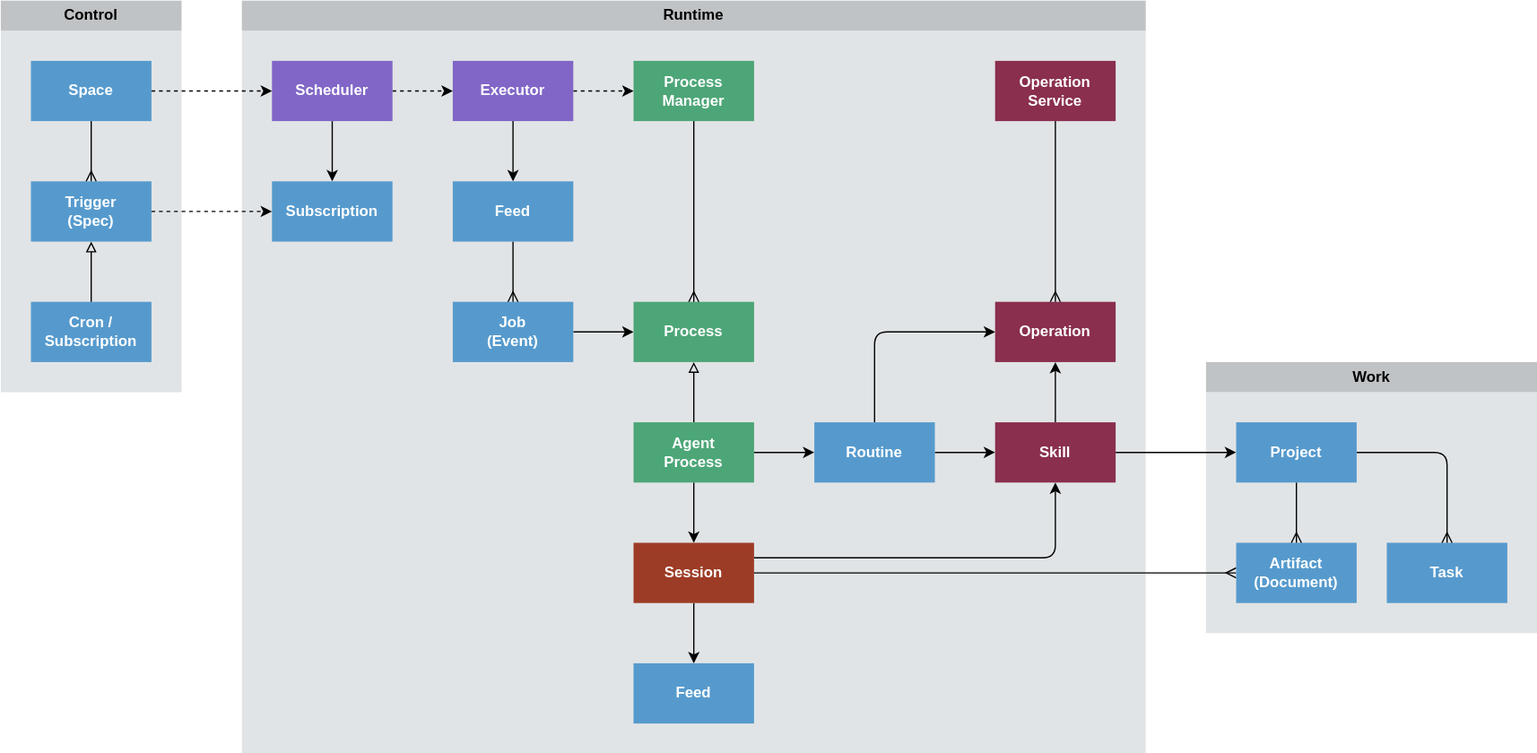
This is docs/design/diagrams/process-architecture.drawio.svg from dxos/dxos, a draw.io export, as it was before one commit. Source tidied: cells renumbered, new cells last; positions are measured from the earlier drawing's top-left corner, leaving out a move shared by most shapes.
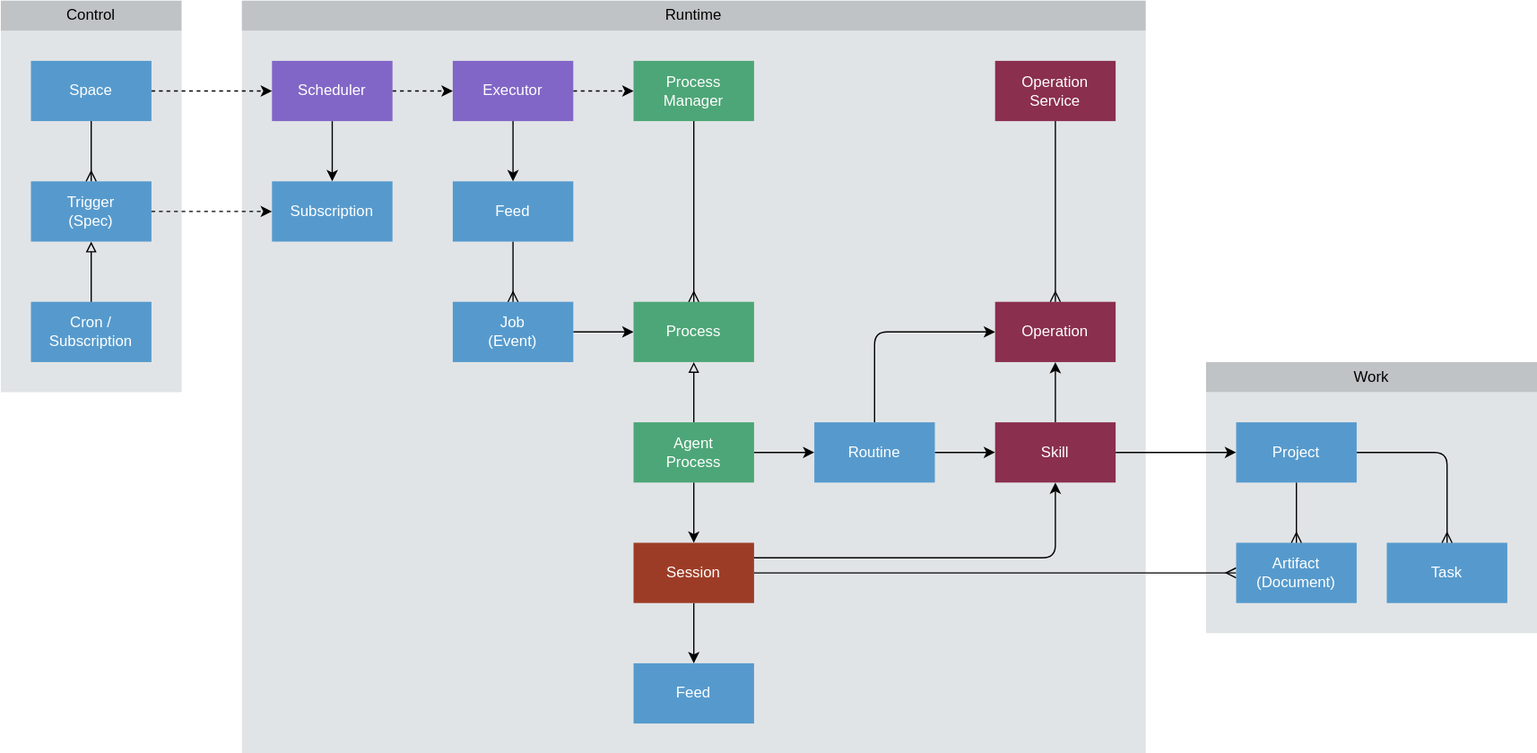
The same diagram one commit later.

Commit message:
docs: update process architecture schematic

Change to the diagram source:
```diff
@@ -2,166 +2,166 @@
   <root>
     <mxCell id="0" />
     <mxCell id="1" parent="0" />
-    <mxCell id="2" style="rounded=0;whiteSpace=wrap;html=1;fillColor=#E1E4E6;dashed=1;fontColor=#000000;strokeColor=none;fontStyle=1;" parent="1" vertex="1">
+    <mxCell id="2" style="rounded=0;whiteSpace=wrap;html=1;fillColor=#E1E4E6;dashed=1;fontColor=#000000;strokeColor=none;fontStyle=0;" parent="1" vertex="1">
       <mxGeometry x="960" y="312" width="264" height="192" as="geometry" />
     </mxCell>
-    <mxCell id="3" style="rounded=0;whiteSpace=wrap;html=1;fillColor=#E1E4E6;dashed=1;fontColor=#000000;strokeColor=none;fontStyle=1;" parent="1" vertex="1">
+    <mxCell id="3" style="rounded=0;whiteSpace=wrap;html=1;fillColor=#E1E4E6;dashed=1;fontColor=#000000;strokeColor=none;fontStyle=0;" parent="1" vertex="1">
       <mxGeometry x="192" y="24" width="720" height="576" as="geometry" />
     </mxCell>
-    <mxCell id="4" style="rounded=0;whiteSpace=wrap;html=1;fillColor=#E1E4E6;dashed=1;fontColor=#000000;strokeColor=none;fontStyle=1;" parent="1" vertex="1">
+    <mxCell id="4" style="rounded=0;whiteSpace=wrap;html=1;fillColor=#E1E4E6;dashed=1;fontColor=#000000;strokeColor=none;fontStyle=0;" parent="1" vertex="1">
       <mxGeometry y="24" width="144" height="288" as="geometry" />
     </mxCell>
-    <mxCell id="5" style="edgeStyle=none;html=1;dashed=1;fontStyle=1;" parent="1" edge="1" source="19" target="33">
+    <mxCell id="5" style="edgeStyle=none;html=1;dashed=1;fontStyle=0;" parent="1" edge="1" source="19" target="33">
       <mxGeometry relative="1" as="geometry" />
     </mxCell>
-    <mxCell id="6" style="edgeStyle=none;html=1;exitX=1;exitY=0.5;exitDx=0;exitDy=0;fontStyle=1;" parent="1" edge="1" source="7" target="11">
+    <mxCell id="6" style="edgeStyle=none;html=1;exitX=1;exitY=0.5;exitDx=0;exitDy=0;fontStyle=0;" parent="1" edge="1" source="7" target="11">
       <mxGeometry relative="1" as="geometry" />
     </mxCell>
-    <mxCell id="7" value="Job&lt;br&gt;(Event)" style="rounded=0;whiteSpace=wrap;html=1;fillColor=#569ACD;fontColor=#FFFFFF;strokeColor=none;fontStyle=1;" parent="1" vertex="1">
+    <mxCell id="7" value="Job&lt;br&gt;(Event)" style="rounded=0;whiteSpace=wrap;html=1;fillColor=#569ACD;fontColor=#FFFFFF;strokeColor=none;fontStyle=0;" parent="1" vertex="1">
       <mxGeometry x="360" y="240" width="96" height="48" as="geometry" />
     </mxCell>
-    <mxCell id="8" style="edgeStyle=none;html=1;exitX=1;exitY=0.5;exitDx=0;exitDy=0;dashed=1;fontStyle=1;" parent="1" edge="1" source="9" target="50">
+    <mxCell id="8" style="edgeStyle=none;html=1;exitX=1;exitY=0.5;exitDx=0;exitDy=0;dashed=1;fontStyle=0;" parent="1" edge="1" source="9" target="50">
       <mxGeometry relative="1" as="geometry" />
     </mxCell>
-    <mxCell id="9" value="Trigger&lt;br&gt;(Spec)" style="rounded=0;whiteSpace=wrap;html=1;fillColor=#569ACD;fontColor=#FFFFFF;strokeColor=none;fontStyle=1;" parent="1" vertex="1">
+    <mxCell id="9" value="Trigger&lt;br&gt;(Spec)" style="rounded=0;whiteSpace=wrap;html=1;fillColor=#569ACD;fontColor=#FFFFFF;strokeColor=none;fontStyle=0;" parent="1" vertex="1">
       <mxGeometry x="24" y="144" width="96" height="48" as="geometry" />
     </mxCell>
-    <mxCell id="10" style="edgeStyle=none;html=1;exitX=1;exitY=0.5;exitDx=0;exitDy=0;fontStyle=1;" parent="1" edge="1" source="25" target="16">
+    <mxCell id="10" style="edgeStyle=none;html=1;exitX=1;exitY=0.5;exitDx=0;exitDy=0;fontStyle=0;" parent="1" edge="1" source="25" target="16">
       <mxGeometry relative="1" as="geometry" />
     </mxCell>
-    <mxCell id="11" value="Process" style="rounded=0;whiteSpace=wrap;html=1;fillColor=#4DA677;fontColor=#FFFFFF;strokeColor=none;fontStyle=1;" parent="1" vertex="1">
+    <mxCell id="11" value="Process" style="rounded=0;whiteSpace=wrap;html=1;fillColor=#4DA677;fontColor=#FFFFFF;strokeColor=none;fontStyle=0;" parent="1" vertex="1">
       <mxGeometry x="504" y="240" width="96" height="48" as="geometry" />
     </mxCell>
-    <mxCell id="12" value="Cron /&lt;br&gt;Subscription" style="rounded=0;whiteSpace=wrap;html=1;fillColor=#569ACD;fontColor=#FFFFFF;strokeColor=none;fontStyle=1;" parent="1" vertex="1">
+    <mxCell id="12" value="Cron /&lt;br&gt;Subscription" style="rounded=0;whiteSpace=wrap;html=1;fillColor=#569ACD;fontColor=#FFFFFF;strokeColor=none;fontStyle=0;" parent="1" vertex="1">
       <mxGeometry x="24" y="240" width="96" height="48" as="geometry" />
     </mxCell>
-    <mxCell id="13" style="edgeStyle=none;html=1;exitX=1;exitY=0.25;exitDx=0;exitDy=0;fontStyle=1;" parent="1" edge="1" source="28" target="39">
+    <mxCell id="13" style="edgeStyle=none;html=1;exitX=1;exitY=0.25;exitDx=0;exitDy=0;fontStyle=0;" parent="1" edge="1" source="28" target="39">
       <mxGeometry relative="1" as="geometry">
         <Array as="points">
           <mxPoint x="840" y="444" />
         </Array>
       </mxGeometry>
     </mxCell>
-    <mxCell id="14" style="edgeStyle=none;html=1;exitX=1;exitY=0.5;exitDx=0;exitDy=0;fontStyle=1;" parent="1" edge="1" source="16" target="39">
+    <mxCell id="14" style="edgeStyle=none;html=1;exitX=1;exitY=0.5;exitDx=0;exitDy=0;fontStyle=0;" parent="1" edge="1" source="16" target="39">
       <mxGeometry relative="1" as="geometry" />
     </mxCell>
-    <mxCell id="15" style="edgeStyle=none;html=1;exitX=0.5;exitY=0;exitDx=0;exitDy=0;entryX=0;entryY=0.5;entryDx=0;entryDy=0;" parent="1" edge="1" source="16" target="40">
+    <mxCell id="15" style="edgeStyle=none;html=1;exitX=0.5;exitY=0;exitDx=0;exitDy=0;entryX=0;entryY=0.5;entryDx=0;entryDy=0;fontStyle=0;" parent="1" edge="1" source="16" target="40">
       <mxGeometry relative="1" as="geometry">
         <Array as="points">
           <mxPoint x="696" y="264" />
         </Array>
       </mxGeometry>
     </mxCell>
-    <mxCell id="16" value="Routine" style="rounded=0;whiteSpace=wrap;html=1;fillColor=#569ACD;fontColor=#FFFFFF;strokeColor=none;fontStyle=1;" parent="1" vertex="1">
+    <mxCell id="16" value="Routine" style="rounded=0;whiteSpace=wrap;html=1;fillColor=#569ACD;fontColor=#FFFFFF;strokeColor=none;fontStyle=0;" parent="1" vertex="1">
       <mxGeometry x="648" y="336" width="96" height="48" as="geometry" />
     </mxCell>
-    <mxCell id="17" style="edgeStyle=none;html=1;endArrow=ERmany;endFill=0;fontStyle=1;" parent="1" edge="1" source="46" target="7">
+    <mxCell id="17" style="edgeStyle=none;html=1;endArrow=ERmany;endFill=0;fontStyle=0;" parent="1" edge="1" source="46" target="7">
       <mxGeometry relative="1" as="geometry" />
     </mxCell>
-    <mxCell id="18" style="edgeStyle=none;html=1;exitX=0.5;exitY=1;exitDx=0;exitDy=0;fontStyle=1;" parent="1" edge="1" source="19" target="46">
+    <mxCell id="18" style="edgeStyle=none;html=1;exitX=0.5;exitY=1;exitDx=0;exitDy=0;fontStyle=0;" parent="1" edge="1" source="19" target="46">
       <mxGeometry relative="1" as="geometry" />
     </mxCell>
-    <mxCell id="19" value="Executor" style="rounded=0;whiteSpace=wrap;html=1;fillColor=#8166C7;fontColor=#FFFFFF;strokeColor=none;fontStyle=1;" parent="1" vertex="1">
+    <mxCell id="19" value="Executor" style="rounded=0;whiteSpace=wrap;html=1;fillColor=#8166C7;fontColor=#FFFFFF;strokeColor=none;fontStyle=0;" parent="1" vertex="1">
       <mxGeometry x="360" y="48" width="96" height="48" as="geometry" />
     </mxCell>
-    <mxCell id="20" style="edgeStyle=none;html=1;endArrow=ERmany;endFill=0;fontStyle=1;" parent="1" edge="1" source="22" target="9">
+    <mxCell id="20" style="edgeStyle=none;html=1;endArrow=ERmany;endFill=0;fontStyle=0;" parent="1" edge="1" source="22" target="9">
       <mxGeometry relative="1" as="geometry" />
     </mxCell>
-    <mxCell id="21" style="edgeStyle=none;html=1;exitX=1;exitY=0.5;exitDx=0;exitDy=0;fontStyle=1;dashed=1;" parent="1" edge="1" source="22" target="49">
+    <mxCell id="21" style="edgeStyle=none;html=1;exitX=1;exitY=0.5;exitDx=0;exitDy=0;fontStyle=0;dashed=1;" parent="1" edge="1" source="22" target="49">
       <mxGeometry relative="1" as="geometry" />
     </mxCell>
-    <mxCell id="22" value="Space" style="rounded=0;whiteSpace=wrap;html=1;fillColor=#569ACD;fontColor=#FFFFFF;strokeColor=none;fontStyle=1;" parent="1" vertex="1">
+    <mxCell id="22" value="Space" style="rounded=0;whiteSpace=wrap;html=1;fillColor=#569ACD;fontColor=#FFFFFF;strokeColor=none;fontStyle=0;" parent="1" vertex="1">
       <mxGeometry x="24" y="48" width="96" height="48" as="geometry" />
     </mxCell>
-    <mxCell id="23" style="edgeStyle=none;html=1;exitX=0.5;exitY=0;exitDx=0;exitDy=0;endArrow=block;endFill=0;fontStyle=1;" parent="1" edge="1" source="25" target="11">
+    <mxCell id="23" style="edgeStyle=none;html=1;exitX=0.5;exitY=0;exitDx=0;exitDy=0;endArrow=block;endFill=0;fontStyle=0;" parent="1" edge="1" source="25" target="11">
       <mxGeometry relative="1" as="geometry" />
     </mxCell>
-    <mxCell id="24" style="edgeStyle=none;html=1;exitX=0.5;exitY=1;exitDx=0;exitDy=0;fontStyle=1;" parent="1" edge="1" source="25" target="28">
+    <mxCell id="24" style="edgeStyle=none;html=1;exitX=0.5;exitY=1;exitDx=0;exitDy=0;fontStyle=0;" parent="1" edge="1" source="25" target="28">
       <mxGeometry relative="1" as="geometry" />
     </mxCell>
-    <mxCell id="25" value="Agent&lt;br&gt;Process" style="rounded=0;whiteSpace=wrap;html=1;fillColor=#4DA677;fontColor=#FFFFFF;strokeColor=none;fontStyle=1;" parent="1" vertex="1">
+    <mxCell id="25" value="Agent&lt;br&gt;Process" style="rounded=0;whiteSpace=wrap;html=1;fillColor=#4DA677;fontColor=#FFFFFF;strokeColor=none;fontStyle=0;" parent="1" vertex="1">
       <mxGeometry x="504" y="336" width="96" height="48" as="geometry" />
     </mxCell>
-    <mxCell id="26" style="edgeStyle=none;html=1;exitX=0.5;exitY=1;exitDx=0;exitDy=0;fontStyle=1;" parent="1" edge="1" source="28" target="29">
+    <mxCell id="26" style="edgeStyle=none;html=1;exitX=0.5;exitY=1;exitDx=0;exitDy=0;fontStyle=0;" parent="1" edge="1" source="28" target="29">
       <mxGeometry relative="1" as="geometry" />
     </mxCell>
-    <mxCell id="27" style="edgeStyle=none;html=1;exitX=1;exitY=0.5;exitDx=0;exitDy=0;endArrow=ERmany;endFill=0;fontStyle=1;" parent="1" edge="1" source="28" target="30">
+    <mxCell id="27" style="edgeStyle=none;html=1;exitX=1;exitY=0.5;exitDx=0;exitDy=0;endArrow=ERmany;endFill=0;fontStyle=0;" parent="1" edge="1" source="28" target="30">
       <mxGeometry relative="1" as="geometry" />
     </mxCell>
-    <mxCell id="28" value="Session" style="rounded=0;whiteSpace=wrap;html=1;fillColor=#9D3C26;fontColor=#FFFFFF;strokeColor=none;fontStyle=1;" parent="1" vertex="1">
+    <mxCell id="28" value="Session" style="rounded=0;whiteSpace=wrap;html=1;fillColor=#9D3C26;fontColor=#FFFFFF;strokeColor=none;fontStyle=0;" parent="1" vertex="1">
       <mxGeometry x="504" y="432" width="96" height="48" as="geometry" />
     </mxCell>
-    <mxCell id="29" value="Feed" style="rounded=0;whiteSpace=wrap;html=1;fillColor=#569ACD;fontColor=#FFFFFF;strokeColor=none;fontStyle=1;" parent="1" vertex="1">
+    <mxCell id="29" value="Feed" style="rounded=0;whiteSpace=wrap;html=1;fillColor=#569ACD;fontColor=#FFFFFF;strokeColor=none;fontStyle=0;" parent="1" vertex="1">
       <mxGeometry x="504" y="528" width="96" height="48" as="geometry" />
     </mxCell>
-    <mxCell id="30" value="Artifact&lt;br&gt;(Document)" style="rounded=0;whiteSpace=wrap;html=1;fillColor=#569ACD;fontColor=#FFFFFF;strokeColor=none;fontStyle=1;" parent="1" vertex="1">
+    <mxCell id="30" value="Artifact&lt;br&gt;(Document)" style="rounded=0;whiteSpace=wrap;html=1;fillColor=#569ACD;fontColor=#FFFFFF;strokeColor=none;fontStyle=0;" parent="1" vertex="1">
       <mxGeometry x="984" y="432" width="96" height="48" as="geometry" />
     </mxCell>
-    <mxCell id="31" value="Task" style="rounded=0;whiteSpace=wrap;html=1;fillColor=#569ACD;fontColor=#FFFFFF;strokeColor=none;fontStyle=1;" parent="1" vertex="1">
+    <mxCell id="31" value="Task" style="rounded=0;whiteSpace=wrap;html=1;fillColor=#569ACD;fontColor=#FFFFFF;strokeColor=none;fontStyle=0;" parent="1" vertex="1">
       <mxGeometry x="1104" y="432" width="96" height="48" as="geometry" />
     </mxCell>
-    <mxCell id="32" style="edgeStyle=none;html=1;exitX=0.5;exitY=1;exitDx=0;exitDy=0;endArrow=ERmany;endFill=0;fontStyle=1;" parent="1" edge="1" source="33" target="11">
+    <mxCell id="32" style="edgeStyle=none;html=1;exitX=0.5;exitY=1;exitDx=0;exitDy=0;endArrow=ERmany;endFill=0;fontStyle=0;" parent="1" edge="1" source="33" target="11">
       <mxGeometry relative="1" as="geometry" />
     </mxCell>
-    <mxCell id="33" value="Process&lt;br&gt;Manager" style="rounded=0;whiteSpace=wrap;html=1;fillColor=#4DA677;fontColor=#FFFFFF;strokeColor=none;fontStyle=1;" parent="1" vertex="1">
+    <mxCell id="33" value="Process&lt;br&gt;Manager" style="rounded=0;whiteSpace=wrap;html=1;fillColor=#4DA677;fontColor=#FFFFFF;strokeColor=none;fontStyle=0;" parent="1" vertex="1">
       <mxGeometry x="504" y="48" width="96" height="48" as="geometry" />
     </mxCell>
-    <mxCell id="34" style="edgeStyle=none;html=1;exitX=0.5;exitY=1;exitDx=0;exitDy=0;endArrow=ERmany;endFill=0;fontStyle=1;" parent="1" edge="1" source="36" target="30">
+    <mxCell id="34" style="edgeStyle=none;html=1;exitX=0.5;exitY=1;exitDx=0;exitDy=0;endArrow=ERmany;endFill=0;fontStyle=0;" parent="1" edge="1" source="36" target="30">
       <mxGeometry relative="1" as="geometry" />
     </mxCell>
-    <mxCell id="35" style="edgeStyle=none;html=1;exitX=1;exitY=0.5;exitDx=0;exitDy=0;entryX=0.5;entryY=0;entryDx=0;entryDy=0;endArrow=ERmany;endFill=0;fontStyle=1;" parent="1" edge="1" source="36" target="31">
+    <mxCell id="35" style="edgeStyle=none;html=1;exitX=1;exitY=0.5;exitDx=0;exitDy=0;entryX=0.5;entryY=0;entryDx=0;entryDy=0;endArrow=ERmany;endFill=0;fontStyle=0;" parent="1" edge="1" source="36" target="31">
       <mxGeometry relative="1" as="geometry">
         <Array as="points">
           <mxPoint x="1152" y="360" />
         </Array>
       </mxGeometry>
     </mxCell>
-    <mxCell id="36" value="Project" style="rounded=0;whiteSpace=wrap;html=1;fillColor=#569ACD;fontColor=#FFFFFF;strokeColor=none;fontStyle=1;" parent="1" vertex="1">
+    <mxCell id="36" value="Project" style="rounded=0;whiteSpace=wrap;html=1;fillColor=#569ACD;fontColor=#FFFFFF;strokeColor=none;fontStyle=0;" parent="1" vertex="1">
       <mxGeometry x="984" y="336" width="96" height="48" as="geometry" />
     </mxCell>
-    <mxCell id="37" style="edgeStyle=none;html=1;fontStyle=1;" parent="1" edge="1" source="39" target="36">
+    <mxCell id="37" style="edgeStyle=none;html=1;fontStyle=0;" parent="1" edge="1" source="39" target="36">
       <mxGeometry relative="1" as="geometry" />
     </mxCell>
-    <mxCell id="38" style="edgeStyle=none;html=1;fontStyle=1;" parent="1" edge="1" source="39" target="40">
+    <mxCell id="38" style="edgeStyle=none;html=1;fontStyle=0;" parent="1" edge="1" source="39" target="40">
       <mxGeometry relative="1" as="geometry" />
     </mxCell>
-    <mxCell id="39" value="Skill" style="rounded=0;whiteSpace=wrap;html=1;fillColor=#8A2F4E;fontColor=#FFFFFF;strokeColor=none;fontStyle=1;" parent="1" vertex="1">
+    <mxCell id="39" value="Skill" style="rounded=0;whiteSpace=wrap;html=1;fillColor=#8A2F4E;fontColor=#FFFFFF;strokeColor=none;fontStyle=0;" parent="1" vertex="1">
       <mxGeometry x="792" y="336" width="96" height="48" as="geometry" />
     </mxCell>
-    <mxCell id="40" value="Operation" style="rounded=0;whiteSpace=wrap;html=1;fillColor=#8A2F4E;fontColor=#FFFFFF;strokeColor=none;fontStyle=1;" parent="1" vertex="1">
+    <mxCell id="40" value="Operation" style="rounded=0;whiteSpace=wrap;html=1;fillColor=#8A2F4E;fontColor=#FFFFFF;strokeColor=none;fontStyle=0;" parent="1" vertex="1">
       <mxGeometry x="792" y="240" width="96" height="48" as="geometry" />
     </mxCell>
-    <mxCell id="41" value="Control" style="rounded=0;whiteSpace=wrap;html=1;fillColor=#C0C3C5;dashed=1;fontColor=#000000;strokeColor=none;fontStyle=1;" parent="1" vertex="1">
+    <mxCell id="41" value="Control" style="rounded=0;whiteSpace=wrap;html=1;fillColor=#C0C3C5;dashed=1;fontColor=#000000;strokeColor=none;fontStyle=0;" parent="1" vertex="1">
       <mxGeometry width="144" height="24" as="geometry" />
     </mxCell>
-    <mxCell id="42" value="Runtime" style="rounded=0;whiteSpace=wrap;html=1;fillColor=#C0C3C5;dashed=1;fontColor=#000000;strokeColor=none;fontStyle=1;" parent="1" vertex="1">
+    <mxCell id="42" value="Runtime" style="rounded=0;whiteSpace=wrap;html=1;fillColor=#C0C3C5;dashed=1;fontColor=#000000;strokeColor=none;fontStyle=0;" parent="1" vertex="1">
       <mxGeometry x="192" width="720" height="24" as="geometry" />
     </mxCell>
-    <mxCell id="43" value="Work" style="rounded=0;whiteSpace=wrap;html=1;fillColor=#C0C3C5;dashed=1;fontColor=#000000;strokeColor=none;fontStyle=1;" parent="1" vertex="1">
+    <mxCell id="43" value="Work" style="rounded=0;whiteSpace=wrap;html=1;fillColor=#C0C3C5;dashed=1;fontColor=#000000;strokeColor=none;fontStyle=0;" parent="1" vertex="1">
       <mxGeometry x="960" y="288" width="264" height="24" as="geometry" />
     </mxCell>
-    <mxCell id="44" style="edgeStyle=none;html=1;endArrow=ERmany;endFill=0;fontStyle=1;" parent="1" edge="1" source="45" target="40">
+    <mxCell id="44" style="edgeStyle=none;html=1;endArrow=ERmany;endFill=0;fontStyle=0;" parent="1" edge="1" source="45" target="40">
       <mxGeometry relative="1" as="geometry" />
     </mxCell>
-    <mxCell id="45" value="Operation&lt;br&gt;Service" style="rounded=0;whiteSpace=wrap;html=1;fillColor=#8A2F4E;fontColor=#FFFFFF;strokeColor=none;fontStyle=1;" parent="1" vertex="1">
+    <mxCell id="45" value="Operation&lt;br&gt;Service" style="rounded=0;whiteSpace=wrap;html=1;fillColor=#8A2F4E;fontColor=#FFFFFF;strokeColor=none;fontStyle=0;" parent="1" vertex="1">
       <mxGeometry x="792" y="48" width="96" height="48" as="geometry" />
     </mxCell>
-    <mxCell id="46" value="Feed" style="rounded=0;whiteSpace=wrap;html=1;fillColor=#569ACD;fontColor=#FFFFFF;strokeColor=none;fontStyle=1;" parent="1" vertex="1">
+    <mxCell id="46" value="Feed" style="rounded=0;whiteSpace=wrap;html=1;fillColor=#569ACD;fontColor=#FFFFFF;strokeColor=none;fontStyle=0;" parent="1" vertex="1">
       <mxGeometry x="360" y="144" width="96" height="48" as="geometry" />
     </mxCell>
-    <mxCell id="47" style="edgeStyle=none;html=1;exitX=1;exitY=0.5;exitDx=0;exitDy=0;dashed=1;fontStyle=1;" parent="1" edge="1" source="49" target="19">
+    <mxCell id="47" style="edgeStyle=none;html=1;exitX=1;exitY=0.5;exitDx=0;exitDy=0;dashed=1;fontStyle=0;" parent="1" edge="1" source="49" target="19">
       <mxGeometry relative="1" as="geometry" />
     </mxCell>
-    <mxCell id="48" style="edgeStyle=none;html=1;exitX=0.5;exitY=1;exitDx=0;exitDy=0;fontStyle=1;" parent="1" edge="1" source="49" target="50">
+    <mxCell id="48" style="edgeStyle=none;html=1;exitX=0.5;exitY=1;exitDx=0;exitDy=0;fontStyle=0;" parent="1" edge="1" source="49" target="50">
       <mxGeometry relative="1" as="geometry" />
     </mxCell>
-    <mxCell id="49" value="Scheduler" style="rounded=0;whiteSpace=wrap;html=1;fillColor=#8166C7;fontColor=#FFFFFF;strokeColor=none;fontStyle=1;" parent="1" vertex="1">
+    <mxCell id="49" value="Scheduler" style="rounded=0;whiteSpace=wrap;html=1;fillColor=#8166C7;fontColor=#FFFFFF;strokeColor=none;fontStyle=0;" parent="1" vertex="1">
       <mxGeometry x="216" y="48" width="96" height="48" as="geometry" />
     </mxCell>
-    <mxCell id="50" value="Subscription" style="rounded=0;whiteSpace=wrap;html=1;fillColor=#569ACD;fontColor=#FFFFFF;strokeColor=none;fontStyle=1;" parent="1" vertex="1">
+    <mxCell id="50" value="Subscription" style="rounded=0;whiteSpace=wrap;html=1;fillColor=#569ACD;fontColor=#FFFFFF;strokeColor=none;fontStyle=0;" parent="1" vertex="1">
       <mxGeometry x="216" y="144" width="96" height="48" as="geometry" />
     </mxCell>
-    <mxCell id="51" style="edgeStyle=none;html=1;endArrow=block;endFill=0;fontStyle=1;" parent="1" edge="1" source="12" target="9">
+    <mxCell id="51" style="edgeStyle=none;html=1;endArrow=block;endFill=0;fontStyle=0;" parent="1" edge="1" source="12" target="9">
       <mxGeometry relative="1" as="geometry" />
     </mxCell>
   </root>
```
